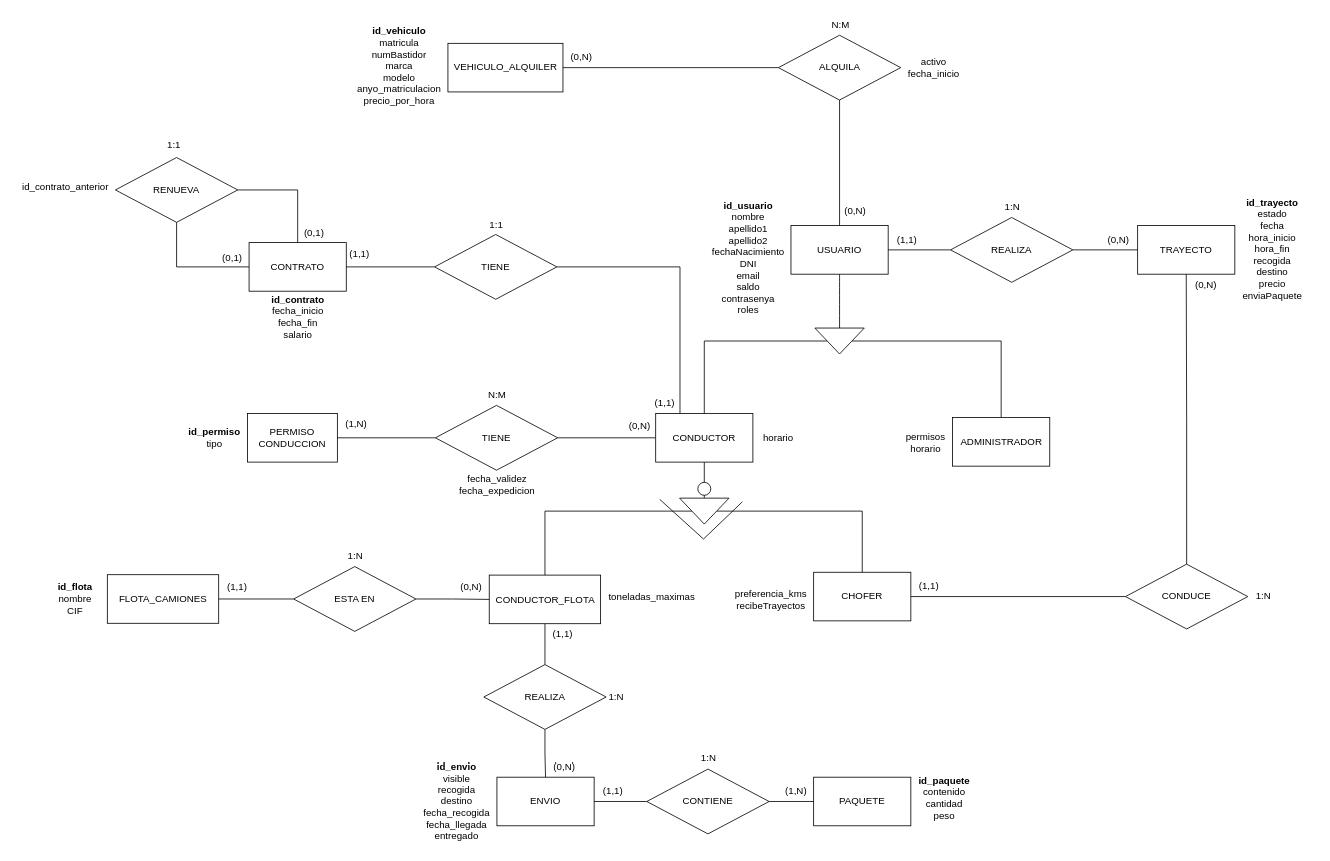
Earlier version of the draw.io diagram Documentation/Diagrams/MER.drawio (Jojo1542/Proyecto-Drivehub). Source tidied: cells renumbered, new cells numbered last; positions are measured from the earlier drawing's top-left corner, leaving out a move shared by most shapes. Both pictures are drawn from the tidied source at 81%, with x=0, y=0 at pixel (14, 14).
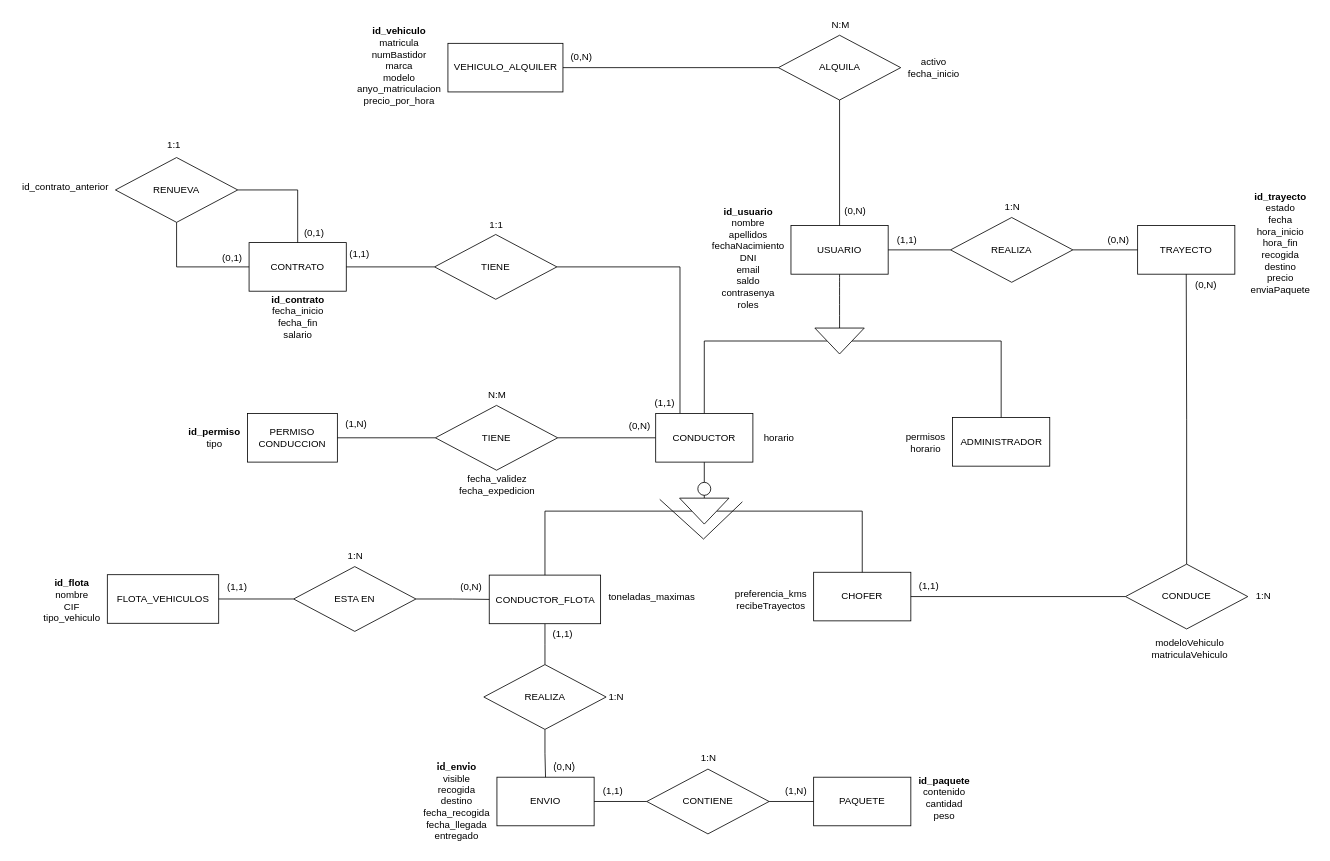
Above is the later version.

What changed in the source:
```diff
@@
-    <mxCell id="8" value="&lt;b&gt;id_usuario&lt;/b&gt;&lt;div&gt;nombre&lt;/div&gt;&lt;div&gt;apellido1&lt;/div&gt;&lt;div&gt;apellido2&lt;/div&gt;&lt;div&gt;fechaNacimiento&lt;/div&gt;&lt;div&gt;DNI&lt;/div&gt;&lt;div&gt;email&lt;/div&gt;&lt;div&gt;saldo&lt;/div&gt;&lt;div&gt;contrasenya&lt;br&gt;&lt;/div&gt;&lt;div&gt;roles&lt;/div&gt;" style="text;html=1;align=center;verticalAlign=middle;strokeColor=none;fillColor=none;" parent="1" vertex="1">
-      <mxGeometry x="852" y="223" width="107" height="156" as="geometry" />
+    <mxCell id="8" value="&lt;b&gt;id_usuario&lt;/b&gt;&lt;div&gt;nombre&lt;/div&gt;&lt;div&gt;apellidos&lt;/div&gt;&lt;div&gt;fechaNacimiento&lt;/div&gt;&lt;div&gt;DNI&lt;/div&gt;&lt;div&gt;email&lt;/div&gt;&lt;div&gt;saldo&lt;/div&gt;&lt;div&gt;contrasenya&lt;br&gt;&lt;/div&gt;&lt;div&gt;roles&lt;/div&gt;" style="text;html=1;align=center;verticalAlign=middle;strokeColor=none;fillColor=none;" parent="1" vertex="1">
+      <mxGeometry x="852" y="232" width="107" height="138" as="geometry" />
     </mxCell>
@@
-    <mxCell id="18" value="&lt;b&gt;id_trayecto&lt;/b&gt;&lt;div&gt;estado&lt;/div&gt;&lt;div&gt;fecha&lt;br&gt;&lt;div&gt;hora_inicio&lt;/div&gt;&lt;div&gt;hora_fin&lt;/div&gt;&lt;div&gt;recogida&lt;/div&gt;&lt;/div&gt;&lt;div&gt;destino&lt;/div&gt;&lt;div&gt;precio&lt;/div&gt;&lt;div&gt;enviaPaquete&lt;/div&gt;" style="text;html=1;align=center;verticalAlign=middle;strokeColor=none;fillColor=none;" parent="1" vertex="1">
-      <mxGeometry x="1507" y="219" width="91" height="142" as="geometry" />
+    <mxCell id="18" value="&lt;b&gt;id_trayecto&lt;/b&gt;&lt;div&gt;estado&lt;/div&gt;&lt;div&gt;fecha&lt;br&gt;&lt;div&gt;hora_inicio&lt;/div&gt;&lt;div&gt;hora_fin&lt;/div&gt;&lt;div&gt;recogida&lt;/div&gt;&lt;/div&gt;&lt;div&gt;destino&lt;/div&gt;&lt;div&gt;precio&lt;/div&gt;&lt;div&gt;enviaPaquete&lt;/div&gt;&lt;div&gt;&lt;br&gt;&lt;/div&gt;" style="text;html=1;align=center;verticalAlign=middle;strokeColor=none;fillColor=none;" parent="1" vertex="1">
+      <mxGeometry x="1517" y="212" width="91" height="156" as="geometry" />
     </mxCell>
@@
     <mxCell id="37" value="&lt;div&gt;&lt;div&gt;horario&lt;/div&gt;&lt;/div&gt;" style="text;html=1;align=center;verticalAlign=middle;strokeColor=none;fillColor=none;" parent="1" vertex="1">
-      <mxGeometry x="915" y="510" width="55" height="26" as="geometry" />
+      <mxGeometry x="916" y="511" width="55" height="26" as="geometry" />
     </mxCell>
@@
-    <mxCell id="85" value="FLOTA_CAMIONES" style="rounded=0;whiteSpace=wrap;html=1;" parent="1" vertex="1">
+    <mxCell id="85" value="FLOTA_VEHICULOS" style="rounded=0;whiteSpace=wrap;html=1;" parent="1" vertex="1">
       <mxGeometry x="115" y="692" width="137.5" height="60" as="geometry" />
     </mxCell>
@@
-    <mxCell id="92" value="&lt;b&gt;id_flota&lt;/b&gt;&lt;div&gt;nombre&lt;br&gt;&lt;/div&gt;&lt;div&gt;CIF&lt;/div&gt;" style="text;html=1;align=center;verticalAlign=middle;strokeColor=none;fillColor=none;" parent="1" vertex="1">
-      <mxGeometry x="44" y="694.5" width="61" height="55" as="geometry" />
+    <mxCell id="92" value="&lt;b&gt;id_flota&lt;/b&gt;&lt;div&gt;nombre&lt;br&gt;&lt;/div&gt;&lt;div&gt;CIF&lt;/div&gt;&lt;div&gt;tipo_vehiculo&lt;/div&gt;" style="text;html=1;align=center;verticalAlign=middle;strokeColor=none;fillColor=none;" parent="1" vertex="1">
+      <mxGeometry x="27" y="689" width="88" height="70" as="geometry" />
     </mxCell>
+    <mxCell id="93" value="modeloVehiculo&lt;div&gt;matriculaVehiculo&lt;/div&gt;" style="text;html=1;align=center;verticalAlign=middle;strokeColor=none;fillColor=none;" parent="1" vertex="1">
+      <mxGeometry x="1395" y="762" width="112" height="41" as="geometry" />
+    </mxCell>
```
